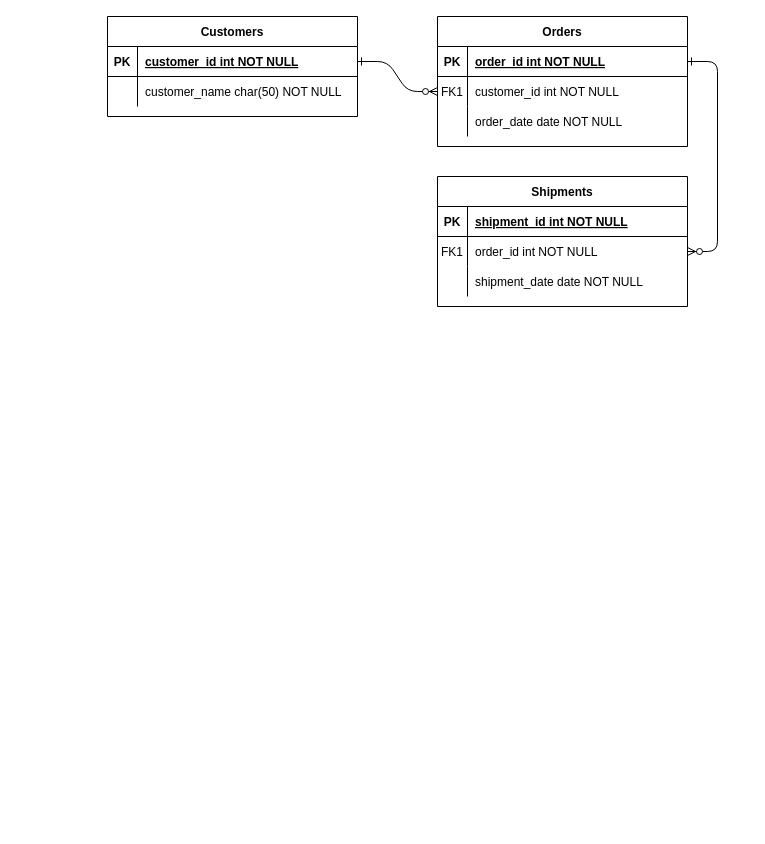
Earlier version of the draw.io diagram components/Core data - logical.drawio (vgnevyshev/dwh). Source tidied: cells renumbered, new cells numbered last; positions are measured from the earlier drawing's top-left corner, leaving out a move shared by most shapes. Both pictures are drawn from the tidied source at 100%, with x=0, y=0 at pixel (107, 16).
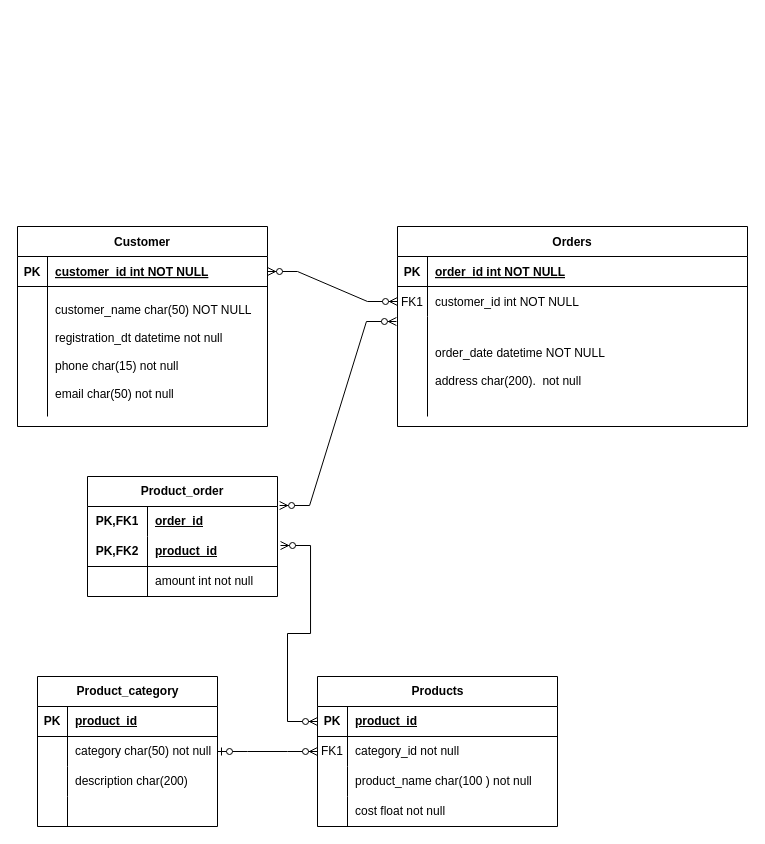
After the change.

The change refers to these unchanged cells:
```xml
<mxCell id="25" style="shape=partialRectangle;fillColor=none;points=[[0,0.5],[1,0.5]];portConstraint=eastwest;top=0;left=0;right=0;bottom=1;" parent="24" vertex="1">
  <mxGeometry y="30" width="250" height="30" as="geometry" />
</mxCell>
```

Change to the diagram source:
```diff
@@
-    <mxCell id="2" style="edgeStyle=entityRelationEdgeStyle;endArrow=ERzeroToMany;startArrow=ERone;endFill=1;startFill=0;" parent="1" edge="1" source="25" target="8">
-      <mxGeometry relative="1" as="geometry" />
-    </mxCell>
-    <mxCell id="3" style="edgeStyle=entityRelationEdgeStyle;endArrow=ERzeroToMany;startArrow=ERone;endFill=1;startFill=0;" parent="1" edge="1" source="5" target="18">
-      <mxGeometry relative="1" as="geometry" />
-    </mxCell>
     <mxCell id="4" value="Orders" style="shape=table;startSize=30;childLayout=tableLayout;rowLines=0;fontStyle=1;align=center;" parent="1" vertex="1">
-      <mxGeometry x="330" width="250" height="130" as="geometry" />
+      <mxGeometry x="290" y="210" width="350" height="200" as="geometry" />
     </mxCell>
     <mxCell id="5" style="shape=partialRectangle;fillColor=none;points=[[0,0.5],[1,0.5]];portConstraint=eastwest;top=0;left=0;right=0;bottom=1;" parent="4" vertex="1">
-      <mxGeometry y="30" width="250" height="30" as="geometry" />
+      <mxGeometry y="30" width="350" height="30" as="geometry" />
     </mxCell>
@@
     <mxCell id="7" value="order_id int NOT NULL " style="shape=partialRectangle;overflow=hidden;fillColor=none;top=0;left=0;bottom=0;right=0;align=left;spacingLeft=6;fontStyle=5;" parent="5" vertex="1">
-      <mxGeometry x="30" width="220" height="30" as="geometry" />
+      <mxGeometry x="30" width="320" height="30" as="geometry" />
     </mxCell>
     <mxCell id="8" style="shape=partialRectangle;fillColor=none;points=[[0,0.5],[1,0.5]];portConstraint=eastwest;top=0;left=0;right=0;bottom=0;" parent="4" vertex="1">
-      <mxGeometry y="60" width="250" height="30" as="geometry" />
+      <mxGeometry y="60" width="350" height="30" as="geometry" />
     </mxCell>
@@
     <mxCell id="10" value="customer_id int NOT NULL" style="shape=partialRectangle;overflow=hidden;fillColor=none;top=0;left=0;bottom=0;right=0;align=left;spacingLeft=6;" parent="8" vertex="1">
-      <mxGeometry x="30" width="220" height="30" as="geometry" />
+      <mxGeometry x="30" width="320" height="30" as="geometry" />
     </mxCell>
     <mxCell id="11" style="shape=partialRectangle;fillColor=none;points=[[0,0.5],[1,0.5]];portConstraint=eastwest;top=0;left=0;right=0;bottom=0;" parent="4" vertex="1">
-      <mxGeometry y="90" width="250" height="30" as="geometry" />
+      <mxGeometry y="90" width="350" height="100" as="geometry" />
     </mxCell>
     <mxCell id="12" style="shape=partialRectangle;overflow=hidden;fillColor=none;top=0;left=0;bottom=0;right=0;" parent="11" vertex="1">
-      <mxGeometry width="30" height="30" as="geometry" />
+      <mxGeometry width="30" height="100" as="geometry" />
     </mxCell>
-    <mxCell id="13" value="order_date date NOT NULL" style="shape=partialRectangle;overflow=hidden;fillColor=none;top=0;left=0;bottom=0;right=0;align=left;spacingLeft=6;" parent="11" vertex="1">
-      <mxGeometry x="30" width="220" height="30" as="geometry" />
+    <mxCell id="13" value="order_date datetime NOT NULL&#10;&#10;address char(200).  not null" style="shape=partialRectangle;overflow=hidden;fillColor=none;top=0;left=0;bottom=0;right=0;align=left;spacingLeft=6;" parent="11" vertex="1">
+      <mxGeometry x="30" width="320" height="100" as="geometry" />
     </mxCell>
-    <mxCell id="14" value="Shipments" style="shape=table;startSize=30;childLayout=tableLayout;rowLines=0;fontStyle=1;align=center;" parent="1" vertex="1">
-      <mxGeometry x="330" y="160" width="250" height="130" as="geometry" />
-    </mxCell>
-    <mxCell id="15" style="shape=partialRectangle;fillColor=none;top=0;left=0;right=0;bottom=1;" parent="14" vertex="1">
-      <mxGeometry y="30" width="250" height="30" as="geometry" />
-    </mxCell>
-    <mxCell id="16" value="PK" style="shape=partialRectangle;overflow=hidden;fillColor=none;top=0;left=0;bottom=0;right=0;fontStyle=1;" parent="15" vertex="1">
-      <mxGeometry width="30" height="30" as="geometry" />
-    </mxCell>
-    <mxCell id="17" value="shipment_id int NOT NULL " style="shape=partialRectangle;overflow=hidden;fillColor=none;top=0;left=0;bottom=0;right=0;align=left;spacingLeft=6;fontStyle=5;" parent="15" vertex="1">
-      <mxGeometry x="30" width="220" height="30" as="geometry" />
-    </mxCell>
-    <mxCell id="18" style="shape=partialRectangle;fillColor=none;points=[[0,0.5],[1,0.5]];portConstraint=eastwest;top=0;left=0;right=0;bottom=0;" parent="14" vertex="1">
-      <mxGeometry y="60" width="250" height="30" as="geometry" />
-    </mxCell>
-    <mxCell id="19" value="FK1" style="shape=partialRectangle;overflow=hidden;fillColor=none;top=0;left=0;bottom=0;right=0;" parent="18" vertex="1">
-      <mxGeometry width="30" height="30" as="geometry" />
-    </mxCell>
-    <mxCell id="20" value="order_id int NOT NULL" style="shape=partialRectangle;overflow=hidden;fillColor=none;top=0;left=0;bottom=0;right=0;align=left;spacingLeft=6;" parent="18" vertex="1">
-      <mxGeometry x="30" width="220" height="30" as="geometry" />
-    </mxCell>
-    <mxCell id="21" style="shape=partialRectangle;fillColor=none;top=0;left=0;right=0;bottom=0;" parent="14" vertex="1">
-      <mxGeometry y="90" width="250" height="30" as="geometry" />
-    </mxCell>
-    <mxCell id="22" style="shape=partialRectangle;overflow=hidden;fillColor=none;top=0;left=0;bottom=0;right=0;" parent="21" vertex="1">
-      <mxGeometry width="30" height="30" as="geometry" />
-    </mxCell>
-    <mxCell id="23" value="shipment_date date NOT NULL" style="shape=partialRectangle;overflow=hidden;fillColor=none;top=0;left=0;bottom=0;right=0;align=left;spacingLeft=6;" parent="21" vertex="1">
-      <mxGeometry x="30" width="220" height="30" as="geometry" />
-    </mxCell>
-    <mxCell id="24" value="Customers" style="shape=table;startSize=30;childLayout=tableLayout;rowLines=0;fontStyle=1;align=center;" parent="1" vertex="1">
-      <mxGeometry width="250" height="100" as="geometry" />
+    <mxCell id="24" value="Customer" style="shape=table;startSize=30;childLayout=tableLayout;rowLines=0;fontStyle=1;align=center;" parent="1" vertex="1">
+      <mxGeometry x="-90" y="210" width="250" height="200" as="geometry" />
     </mxCell>
@@
     <mxCell id="28" style="shape=partialRectangle;fillColor=none;top=0;left=0;right=0;bottom=0;" parent="24" vertex="1">
-      <mxGeometry y="60" width="250" height="30" as="geometry" />
+      <mxGeometry y="60" width="250" height="130" as="geometry" />
     </mxCell>
     <mxCell id="29" style="shape=partialRectangle;overflow=hidden;fillColor=none;top=0;left=0;bottom=0;right=0;" parent="28" vertex="1">
-      <mxGeometry width="30" height="30" as="geometry" />
+      <mxGeometry width="30" height="130" as="geometry" />
     </mxCell>
-    <mxCell id="30" value="customer_name char(50) NOT NULL" style="shape=partialRectangle;overflow=hidden;fillColor=none;top=0;left=0;bottom=0;right=0;align=left;spacingLeft=6;" parent="28" vertex="1">
-      <mxGeometry x="30" width="220" height="30" as="geometry" />
+    <mxCell id="30" value="customer_name char(50) NOT NULL&#10;&#10;registration_dt datetime not null&#10;&#10;phone char(15) not null&#10;&#10;email char(50) not null" style="shape=partialRectangle;overflow=hidden;fillColor=none;top=0;left=0;bottom=0;right=0;align=left;spacingLeft=6;" parent="28" vertex="1">
+      <mxGeometry x="30" width="220" height="130" as="geometry" />
     </mxCell>
+    <mxCell id="31" value="Product_category" style="shape=table;startSize=30;childLayout=tableLayout;rowLines=0;fontStyle=1;align=center;html=1;" parent="1" vertex="1">
+      <mxGeometry x="-70" y="660" width="180" height="150" as="geometry" />
+    </mxCell>
+    <mxCell id="32" style="shape=tableRow;horizontal=0;startSize=0;swimlaneHead=0;swimlaneBody=0;fillColor=none;top=0;left=0;right=0;bottom=1;" parent="31" vertex="1">
+      <mxGeometry y="30" width="180" height="30" as="geometry" />
+    </mxCell>
+    <mxCell id="33" value="PK" style="shape=partialRectangle;fillColor=none;top=0;left=0;bottom=0;right=0;fontStyle=1;overflow=hidden;whiteSpace=wrap;html=1;" parent="32" vertex="1">
+      <mxGeometry width="30" height="30" as="geometry" />
+    </mxCell>
+    <mxCell id="34" value="product_id" style="shape=partialRectangle;fillColor=none;top=0;left=0;bottom=0;right=0;align=left;spacingLeft=6;fontStyle=5;overflow=hidden;whiteSpace=wrap;html=1;" parent="32" vertex="1">
+      <mxGeometry x="30" width="150" height="30" as="geometry" />
+    </mxCell>
+    <mxCell id="35" style="shape=tableRow;horizontal=0;startSize=0;swimlaneHead=0;swimlaneBody=0;fillColor=none;points=[[0,0.5],[1,0.5]];portConstraint=eastwest;top=0;left=0;right=0;bottom=0;" parent="31" vertex="1">
+      <mxGeometry y="60" width="180" height="30" as="geometry" />
+    </mxCell>
+    <mxCell id="36" style="shape=partialRectangle;fillColor=none;top=0;left=0;bottom=0;right=0;overflow=hidden;whiteSpace=wrap;html=1;" parent="35" vertex="1">
+      <mxGeometry width="30" height="30" as="geometry" />
+    </mxCell>
+    <mxCell id="37" value="category char(50) not null" style="shape=partialRectangle;fillColor=none;top=0;left=0;bottom=0;right=0;align=left;spacingLeft=6;overflow=hidden;whiteSpace=wrap;html=1;" parent="35" vertex="1">
+      <mxGeometry x="30" width="150" height="30" as="geometry" />
+    </mxCell>
+    <mxCell id="38" style="shape=tableRow;horizontal=0;startSize=0;swimlaneHead=0;swimlaneBody=0;fillColor=none;top=0;left=0;right=0;bottom=0;" parent="31" vertex="1">
+      <mxGeometry y="90" width="180" height="30" as="geometry" />
+    </mxCell>
+    <mxCell id="39" style="shape=partialRectangle;fillColor=none;top=0;left=0;bottom=0;right=0;overflow=hidden;whiteSpace=wrap;html=1;" parent="38" vertex="1">
+      <mxGeometry width="30" height="30" as="geometry" />
+    </mxCell>
+    <mxCell id="40" value="description char(200)" style="shape=partialRectangle;fillColor=none;top=0;left=0;bottom=0;right=0;align=left;spacingLeft=6;overflow=hidden;whiteSpace=wrap;html=1;" parent="38" vertex="1">
+      <mxGeometry x="30" width="150" height="30" as="geometry" />
+    </mxCell>
+    <mxCell id="41" style="shape=tableRow;horizontal=0;startSize=0;swimlaneHead=0;swimlaneBody=0;fillColor=none;top=0;left=0;right=0;bottom=0;" parent="31" vertex="1">
+      <mxGeometry y="120" width="180" height="30" as="geometry" />
+    </mxCell>
+    <mxCell id="42" style="shape=partialRectangle;fillColor=none;top=0;left=0;bottom=0;right=0;overflow=hidden;whiteSpace=wrap;html=1;" parent="41" vertex="1">
+      <mxGeometry width="30" height="30" as="geometry" />
+    </mxCell>
+    <mxCell id="43" style="shape=partialRectangle;fillColor=none;top=0;left=0;bottom=0;right=0;align=left;spacingLeft=6;overflow=hidden;whiteSpace=wrap;html=1;" parent="41" vertex="1">
+      <mxGeometry x="30" width="150" height="30" as="geometry" />
+    </mxCell>
+    <mxCell id="44" value="Product_order" style="shape=table;startSize=30;childLayout=tableLayout;rowLines=0;fontStyle=1;align=center;html=1;whiteSpace=wrap;" parent="1" vertex="1">
+      <mxGeometry x="-20" y="460" width="190" height="120" as="geometry" />
+    </mxCell>
+    <mxCell id="45" style="shape=tableRow;horizontal=0;startSize=0;swimlaneHead=0;swimlaneBody=0;fillColor=none;points=[[0,0.5],[1,0.5]];portConstraint=eastwest;top=0;left=0;right=0;bottom=0;html=1;" parent="44" vertex="1">
+      <mxGeometry y="30" width="190" height="30" as="geometry" />
+    </mxCell>
+    <mxCell id="46" value="PK,FK1" style="shape=partialRectangle;fillColor=none;top=0;left=0;bottom=0;right=0;fontStyle=1;overflow=hidden;html=1;whiteSpace=wrap;" parent="45" vertex="1">
+      <mxGeometry width="60" height="30" as="geometry" />
+    </mxCell>
+    <mxCell id="47" value="order_id" style="shape=partialRectangle;fillColor=none;top=0;left=0;bottom=0;right=0;align=left;spacingLeft=6;fontStyle=5;overflow=hidden;html=1;whiteSpace=wrap;" parent="45" vertex="1">
+      <mxGeometry x="60" width="130" height="30" as="geometry" />
+    </mxCell>
+    <mxCell id="48" style="shape=tableRow;horizontal=0;startSize=0;swimlaneHead=0;swimlaneBody=0;fillColor=none;points=[[0,0.5],[1,0.5]];portConstraint=eastwest;top=0;left=0;right=0;bottom=1;html=1;" parent="44" vertex="1">
+      <mxGeometry y="60" width="190" height="30" as="geometry" />
+    </mxCell>
+    <mxCell id="49" value="PK,FK2" style="shape=partialRectangle;fillColor=none;top=0;left=0;bottom=0;right=0;fontStyle=1;overflow=hidden;html=1;whiteSpace=wrap;" parent="48" vertex="1">
+      <mxGeometry width="60" height="30" as="geometry" />
+    </mxCell>
+    <mxCell id="50" value="product_id" style="shape=partialRectangle;fillColor=none;top=0;left=0;bottom=0;right=0;align=left;spacingLeft=6;fontStyle=5;overflow=hidden;html=1;whiteSpace=wrap;" parent="48" vertex="1">
+      <mxGeometry x="60" width="130" height="30" as="geometry" />
+    </mxCell>
+    <mxCell id="51" style="shape=tableRow;horizontal=0;startSize=0;swimlaneHead=0;swimlaneBody=0;fillColor=none;top=0;left=0;right=0;bottom=0;html=1;" parent="44" vertex="1">
+      <mxGeometry y="90" width="190" height="30" as="geometry" />
+    </mxCell>
+    <mxCell id="52" style="shape=partialRectangle;fillColor=none;top=0;left=0;bottom=0;right=0;overflow=hidden;html=1;whiteSpace=wrap;" parent="51" vertex="1">
+      <mxGeometry width="60" height="30" as="geometry" />
+    </mxCell>
+    <mxCell id="53" value="amount int not null" style="shape=partialRectangle;fillColor=none;top=0;left=0;bottom=0;right=0;align=left;spacingLeft=6;overflow=hidden;html=1;whiteSpace=wrap;" parent="51" vertex="1">
+      <mxGeometry x="60" width="130" height="30" as="geometry" />
+    </mxCell>
+    <mxCell id="54" value="Products" style="shape=table;startSize=30;childLayout=tableLayout;rowLines=0;fontStyle=1;align=center;html=1;" parent="1" vertex="1">
+      <mxGeometry x="210" y="660" width="240" height="150" as="geometry" />
+    </mxCell>
+    <mxCell id="55" style="shape=tableRow;horizontal=0;startSize=0;swimlaneHead=0;swimlaneBody=0;fillColor=none;points=[[0,0.5],[1,0.5]];portConstraint=eastwest;top=0;left=0;right=0;bottom=1;" parent="54" vertex="1">
+      <mxGeometry y="30" width="240" height="30" as="geometry" />
+    </mxCell>
+    <mxCell id="56" value="PK" style="shape=partialRectangle;fillColor=none;top=0;left=0;bottom=0;right=0;fontStyle=1;overflow=hidden;whiteSpace=wrap;html=1;" parent="55" vertex="1">
+      <mxGeometry width="30" height="30" as="geometry" />
+    </mxCell>
+    <mxCell id="57" value="product_id" style="shape=partialRectangle;fillColor=none;top=0;left=0;bottom=0;right=0;align=left;spacingLeft=6;fontStyle=5;overflow=hidden;whiteSpace=wrap;html=1;" parent="55" vertex="1">
+      <mxGeometry x="30" width="210" height="30" as="geometry" />
+    </mxCell>
+    <mxCell id="58" style="shape=tableRow;horizontal=0;startSize=0;swimlaneHead=0;swimlaneBody=0;fillColor=none;points=[[0,0.5],[1,0.5]];portConstraint=eastwest;top=0;left=0;right=0;bottom=0;" parent="54" vertex="1">
+      <mxGeometry y="60" width="240" height="30" as="geometry" />
+    </mxCell>
+    <mxCell id="19" value="FK1" style="shape=partialRectangle;fillColor=none;top=0;left=0;bottom=0;right=0;overflow=hidden;whiteSpace=wrap;html=1;" parent="58" vertex="1">
+      <mxGeometry width="30" height="30" as="geometry" />
+    </mxCell>
+    <mxCell id="59" value="category_id not null" style="shape=partialRectangle;fillColor=none;top=0;left=0;bottom=0;right=0;align=left;spacingLeft=6;overflow=hidden;whiteSpace=wrap;html=1;" parent="58" vertex="1">
+      <mxGeometry x="30" width="210" height="30" as="geometry" />
+    </mxCell>
+    <mxCell id="60" style="shape=tableRow;horizontal=0;startSize=0;swimlaneHead=0;swimlaneBody=0;fillColor=none;top=0;left=0;right=0;bottom=0;" parent="54" vertex="1">
+      <mxGeometry y="90" width="240" height="30" as="geometry" />
+    </mxCell>
+    <mxCell id="61" style="shape=partialRectangle;fillColor=none;top=0;left=0;bottom=0;right=0;overflow=hidden;whiteSpace=wrap;html=1;" parent="60" vertex="1">
+      <mxGeometry width="30" height="30" as="geometry" />
+    </mxCell>
+    <mxCell id="62" value="product_name char(100 ) not null" style="shape=partialRectangle;fillColor=none;top=0;left=0;bottom=0;right=0;align=left;spacingLeft=6;overflow=hidden;whiteSpace=wrap;html=1;" parent="60" vertex="1">
+      <mxGeometry x="30" width="210" height="30" as="geometry" />
+    </mxCell>
+    <mxCell id="63" style="shape=tableRow;horizontal=0;startSize=0;swimlaneHead=0;swimlaneBody=0;fillColor=none;top=0;left=0;right=0;bottom=0;" parent="54" vertex="1">
+      <mxGeometry y="120" width="240" height="30" as="geometry" />
+    </mxCell>
+    <mxCell id="64" style="shape=partialRectangle;fillColor=none;top=0;left=0;bottom=0;right=0;overflow=hidden;whiteSpace=wrap;html=1;" parent="63" vertex="1">
+      <mxGeometry width="30" height="30" as="geometry" />
+    </mxCell>
+    <mxCell id="65" value="cost float not null" style="shape=partialRectangle;fillColor=none;top=0;left=0;bottom=0;right=0;align=left;spacingLeft=6;overflow=hidden;whiteSpace=wrap;html=1;" parent="63" vertex="1">
+      <mxGeometry x="30" width="210" height="30" as="geometry" />
+    </mxCell>
+    <mxCell id="66" style="edgeStyle=entityRelationEdgeStyle;fontSize=12;html=1;endArrow=ERzeroToMany;startArrow=ERzeroToOne;rounded=0;exitX=1;exitY=0.5;exitDx=0;exitDy=0;entryX=0;entryY=0.5;entryDx=0;entryDy=0;" parent="1" edge="1" source="35" target="58">
+      <mxGeometry relative="1" as="geometry" />
+    </mxCell>
+    <mxCell id="2" style="edgeStyle=entityRelationEdgeStyle;fontSize=12;html=1;endArrow=ERzeroToMany;endFill=1;startArrow=ERzeroToMany;rounded=0;entryX=0;entryY=0.5;entryDx=0;entryDy=0;exitX=1;exitY=0.5;exitDx=0;exitDy=0;" parent="1" edge="1" source="25" target="8">
+      <mxGeometry relative="1" as="geometry" />
+    </mxCell>
+    <mxCell id="67" style="edgeStyle=entityRelationEdgeStyle;fontSize=12;html=1;endArrow=ERzeroToMany;endFill=1;startArrow=ERzeroToMany;rounded=0;entryX=-0.003;entryY=0.05;entryDx=0;entryDy=0;entryPerimeter=0;exitX=1.011;exitY=-0.033;exitDx=0;exitDy=0;exitPerimeter=0;" parent="1" edge="1" source="45" target="11">
+      <mxGeometry relative="1" as="geometry" />
+    </mxCell>
+    <mxCell id="68" style="edgeStyle=entityRelationEdgeStyle;fontSize=12;html=1;endArrow=ERzeroToMany;endFill=1;startArrow=ERzeroToMany;rounded=0;exitX=1.016;exitY=0.3;exitDx=0;exitDy=0;exitPerimeter=0;entryX=0;entryY=0.5;entryDx=0;entryDy=0;" parent="1" edge="1" source="48" target="55">
+      <mxGeometry relative="1" as="geometry" />
+    </mxCell>
```
